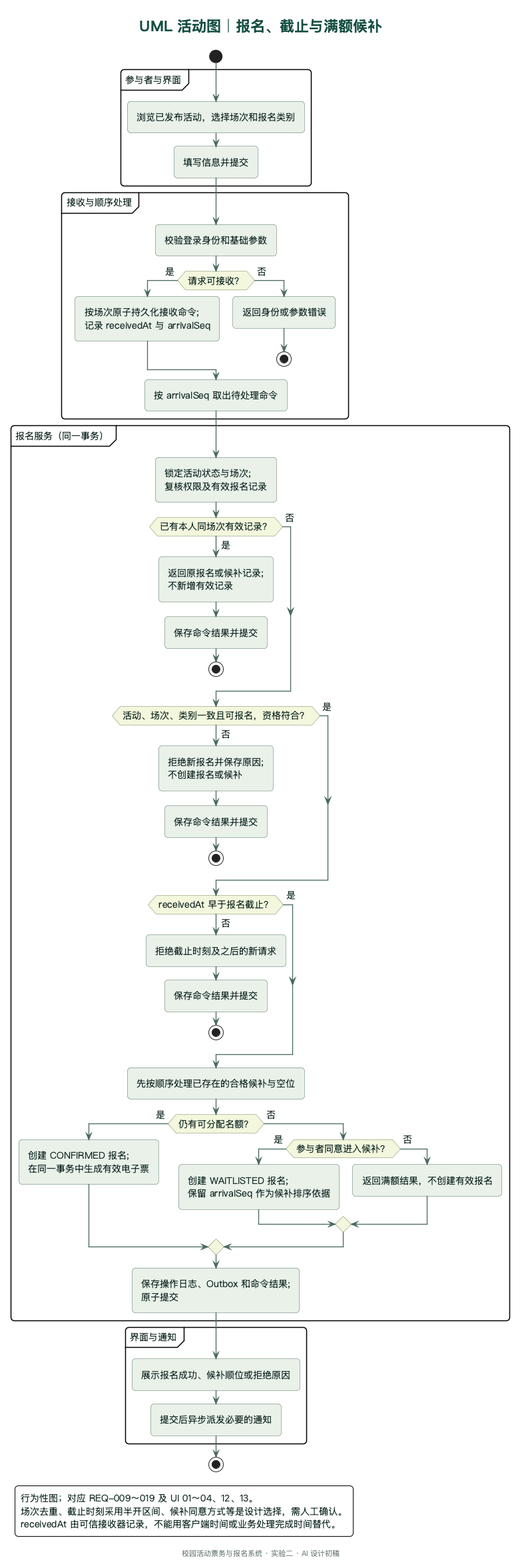
Above: Lab_2/UML/03-UML活动图-报名流程.png in DyHamster/campus-event-registration (PlantUML), before the change.
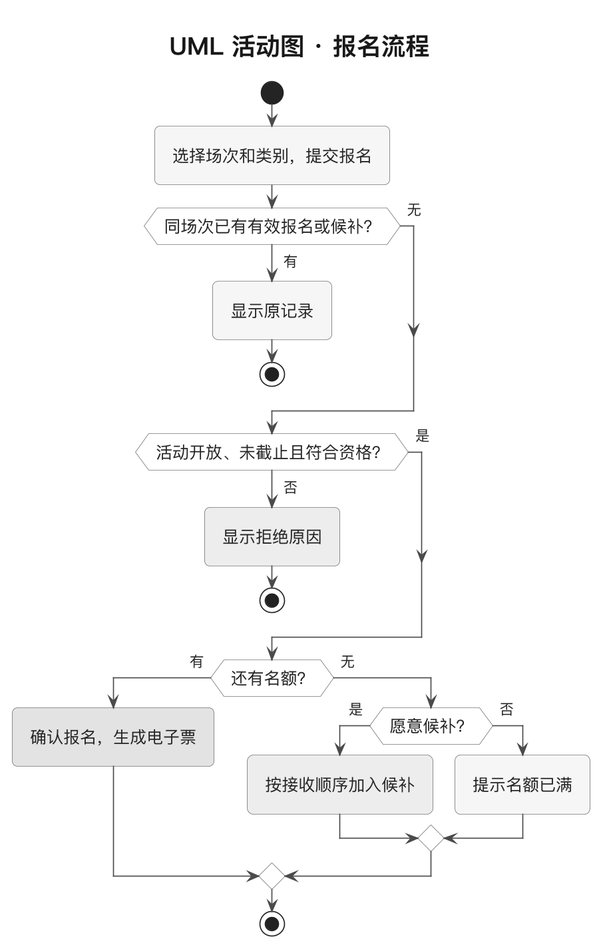
After the commit.

Change to the diagram source:
```diff
@@ -1,62 +1,27 @@
 @startuml
 !include _style.iuml
-title UML 活动图｜报名、截止与满额候补
+title UML 活动图 · 报名流程
+
 start
-partition "参与者与界面" {
-  :浏览已发布活动，选择场次和报名类别;
-  :填写信息并提交;
-}
-partition "接收与顺序处理" {
-  :校验登录身份和基础参数;
-  if (请求可接收？) then (是)
-    :按场次原子持久化接收命令;\n记录 receivedAt 与 arrivalSeq;
+:选择场次和类别，提交报名;
+if (同场次已有有效报名或候补？) then (无)
+else (有)
+  :显示原记录;
+  stop
+endif
+if (活动开放、未截止且符合资格？) then (是)
+else (否)
+  #EDEDED:显示拒绝原因;
+  stop
+endif
+if (还有名额？) then (有)
+  #E3E3E3:确认报名，生成电子票;
+else (无)
+  if (愿意候补？) then (是)
+    #EDEDED:按接收顺序加入候补;
   else (否)
-    :返回身份或参数错误;
-    stop
+    :提示名额已满;
   endif
-  :按 arrivalSeq 取出待处理命令;
-}
-partition "报名服务（同一事务）" {
-  :锁定活动状态与场次;\n复核权限及有效报名记录;
-  if (已有本人同场次有效记录？) then (是)
-    :返回原报名或候补记录;\n不新增有效记录;
-    :保存命令结果并提交;
-    stop
-  else (否)
-  endif
-  if (活动、场次、类别一致且可报名，资格符合？) then (否)
-    :拒绝新报名并保存原因;\n不创建报名或候补;
-    :保存命令结果并提交;
-    stop
-  else (是)
-  endif
-  if (receivedAt 早于报名截止？) then (否)
-    :拒绝截止时刻及之后的新请求;
-    :保存命令结果并提交;
-    stop
-  else (是)
-  endif
-  :先按顺序处理已存在的合格候补与空位;
-  if (仍有可分配名额？) then (是)
-    :创建 CONFIRMED 报名;\n在同一事务中生成有效电子票;
-  else (否)
-    if (参与者同意进入候补？) then (是)
-      :创建 WAITLISTED 报名;\n保留 arrivalSeq 作为候补排序依据;
-    else (否)
-      :返回满额结果，不创建有效报名;
-    endif
-  endif
-  :保存操作日志、Outbox 和命令结果;\n原子提交;
-}
-partition "界面与通知" {
-  :展示报名成功、候补顺位或拒绝原因;
-  :提交后异步派发必要的通知;
-}
+endif
 stop
-
-legend left
-  行为性图；对应 REQ-009～019 及 UI 01～04、12、13。
-  场次去重、截止时刻采用半开区间、候补同意方式等是设计选择，需人工确认。
-  receivedAt 由可信接收器记录，不能用客户端时间或业务处理完成时间替代。
-endlegend
 @enduml
```
